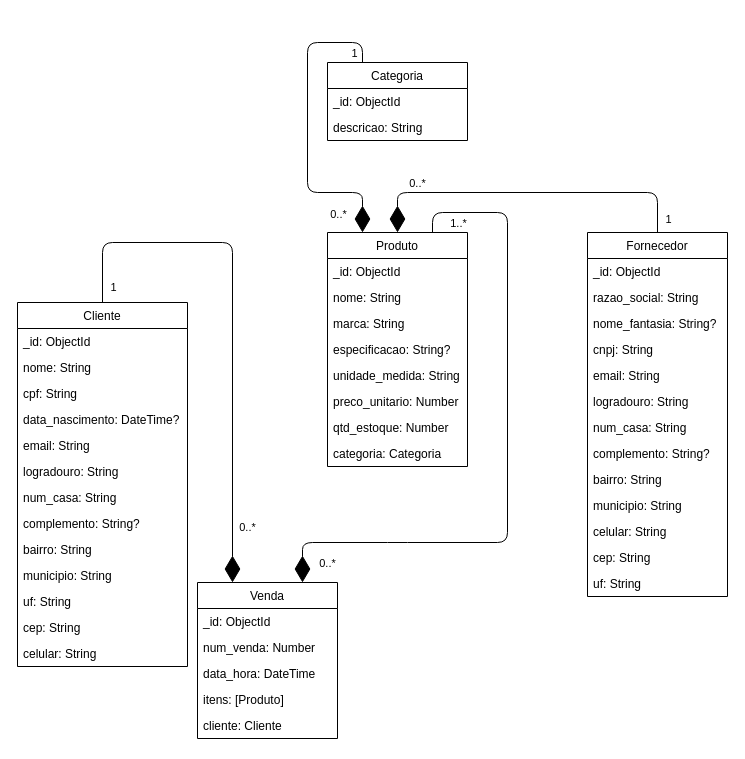
GustavoMSantoss/bn-not-2024-2 keeps this draw.io diagram as NoAM.drawio. Above is the earlier version. Source tidied: cells renumbered, new cells numbered last; positions are measured from the earlier drawing's top-left corner, leaving out a move shared by most shapes. Both pictures are drawn from the tidied source at 100%, with x=0, y=0 at pixel (17, 42).
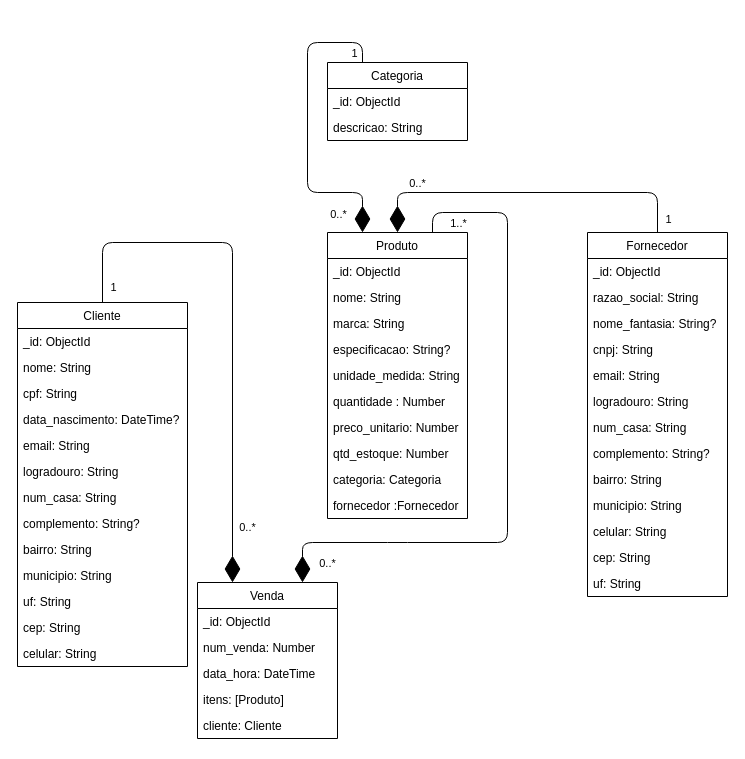
The same diagram, later.

Diff of the diagram source:
```diff
@@
     <mxCell id="16" value="Produto" style="swimlane;fontStyle=0;horizontal=1;startSize=26;fillColor=none;" parent="1" vertex="1">
-      <mxGeometry x="310" y="190" width="140" height="234" as="geometry" />
+      <mxGeometry x="310" y="190" width="140" height="286" as="geometry" />
     </mxCell>
@@
+    <mxCell id="60" value="quantidade : Number" style="text;strokeColor=none;fillColor=none;align=left;verticalAlign=top;spacingLeft=4;spacingRight=4;overflow=hidden;" parent="16" vertex="1">
+      <mxGeometry y="156" width="140" height="26" as="geometry" />
+    </mxCell>
     <mxCell id="22" value="preco_unitario: Number" style="text;strokeColor=none;fillColor=none;align=left;verticalAlign=top;spacingLeft=4;spacingRight=4;overflow=hidden;" parent="16" vertex="1">
-      <mxGeometry y="156" width="140" height="26" as="geometry" />
+      <mxGeometry y="182" width="140" height="26" as="geometry" />
     </mxCell>
     <mxCell id="23" value="qtd_estoque: Number" style="text;strokeColor=none;fillColor=none;align=left;verticalAlign=top;spacingLeft=4;spacingRight=4;overflow=hidden;" parent="16" vertex="1">
-      <mxGeometry y="182" width="140" height="26" as="geometry" />
+      <mxGeometry y="208" width="140" height="26" as="geometry" />
     </mxCell>
     <mxCell id="24" value="categoria: Categoria" style="text;strokeColor=none;fillColor=none;align=left;verticalAlign=top;spacingLeft=4;spacingRight=4;overflow=hidden;" parent="16" vertex="1">
-      <mxGeometry y="208" width="140" height="26" as="geometry" />
+      <mxGeometry y="234" width="140" height="26" as="geometry" />
     </mxCell>
+    <mxCell id="61" value="fornecedor :Fornecedor" style="text;strokeColor=none;fillColor=none;align=left;verticalAlign=top;spacingLeft=4;spacingRight=4;overflow=hidden;" parent="16" vertex="1">
+      <mxGeometry y="260" width="140" height="26" as="geometry" />
+    </mxCell>
```
